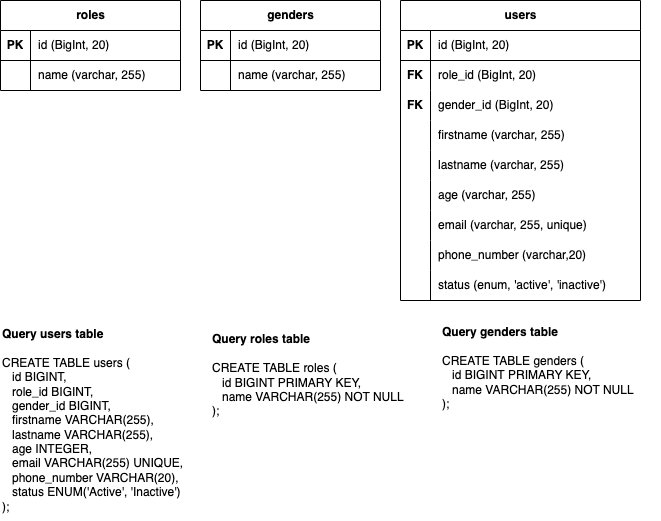
This is sql-task.drawio.png from antoniluthfi/tugas-sql-normalization-3nf, a draw.io export, as it was before one commit. Source tidied: cells renumbered, new cells last; positions are measured from the earlier drawing's top-left corner, leaving out a move shared by most shapes.
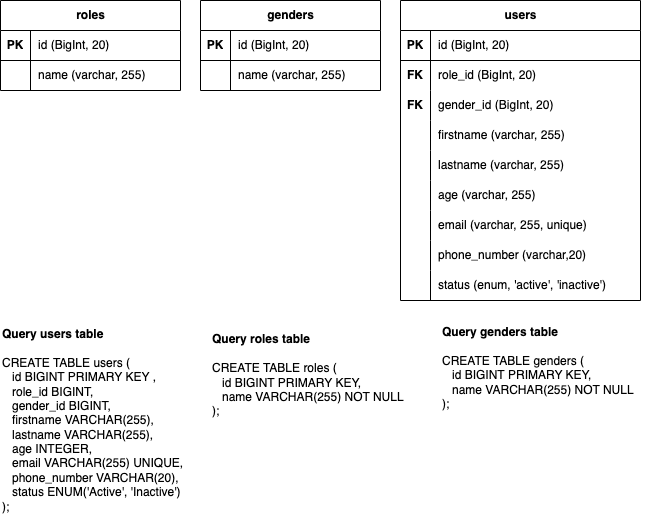
Above is the later version.

Diff of the diagram source:
```diff
@@ -134,7 +134,7 @@
     <mxCell id="45" value="FK" style="shape=partialRectangle;fillColor=none;top=0;left=0;bottom=0;right=0;fontStyle=1;overflow=hidden;whiteSpace=wrap;html=1;" parent="1" vertex="1">
       <mxGeometry x="400" y="90" width="30" height="30" as="geometry" />
     </mxCell>
-    <mxCell id="46" value="&lt;b&gt;Query users table&lt;/b&gt;&lt;br&gt;&lt;br&gt;&lt;div&gt;CREATE TABLE users (&lt;/div&gt;&lt;div&gt;&amp;nbsp; &amp;nbsp;id BIGINT,&lt;/div&gt;&lt;div&gt;&amp;nbsp; &amp;nbsp;role_id BIGINT,&lt;/div&gt;&lt;div&gt;&amp;nbsp; &amp;nbsp;gender_id BIGINT,&lt;/div&gt;&lt;div&gt;&amp;nbsp; &amp;nbsp;firstname VARCHAR(255),&lt;/div&gt;&lt;div&gt;&amp;nbsp; &amp;nbsp;lastname VARCHAR(255),&lt;/div&gt;&lt;div&gt;&amp;nbsp; &amp;nbsp;age INTEGER,&lt;/div&gt;&lt;div&gt;&amp;nbsp; &amp;nbsp;email VARCHAR(255) UNIQUE,&lt;/div&gt;&lt;div&gt;&amp;nbsp; &amp;nbsp;phone_number VARCHAR(20),&lt;/div&gt;&lt;div&gt;&amp;nbsp; &amp;nbsp;status ENUM('Active', 'Inactive')&lt;/div&gt;&lt;div&gt;);&lt;/div&gt;" style="text;html=1;align=left;verticalAlign=middle;strokeColor=none;fillColor=none;" parent="1" vertex="1">
+    <mxCell id="46" value="&lt;b&gt;Query users table&lt;/b&gt;&lt;br&gt;&lt;br&gt;&lt;div&gt;CREATE TABLE users (&lt;/div&gt;&lt;div&gt;&amp;nbsp; &amp;nbsp;id BIGINT PRIMARY KEY&amp;nbsp;,&lt;/div&gt;&lt;div&gt;&amp;nbsp; &amp;nbsp;role_id BIGINT,&lt;/div&gt;&lt;div&gt;&amp;nbsp; &amp;nbsp;gender_id BIGINT,&lt;/div&gt;&lt;div&gt;&amp;nbsp; &amp;nbsp;firstname VARCHAR(255),&lt;/div&gt;&lt;div&gt;&amp;nbsp; &amp;nbsp;lastname VARCHAR(255),&lt;/div&gt;&lt;div&gt;&amp;nbsp; &amp;nbsp;age INTEGER,&lt;/div&gt;&lt;div&gt;&amp;nbsp; &amp;nbsp;email VARCHAR(255) UNIQUE,&lt;/div&gt;&lt;div&gt;&amp;nbsp; &amp;nbsp;phone_number VARCHAR(20),&lt;/div&gt;&lt;div&gt;&amp;nbsp; &amp;nbsp;status ENUM('Active', 'Inactive')&lt;/div&gt;&lt;div&gt;);&lt;/div&gt;" style="text;html=1;align=left;verticalAlign=middle;strokeColor=none;fillColor=none;" parent="1" vertex="1">
       <mxGeometry y="320" width="200" height="200" as="geometry" />
     </mxCell>
     <mxCell id="47" value="&lt;b&gt;Query roles table&lt;/b&gt;&lt;br&gt;&lt;br&gt;&lt;div&gt;&lt;div&gt;CREATE TABLE roles (&lt;/div&gt;&lt;div&gt;&amp;nbsp; &amp;nbsp;id BIGINT PRIMARY KEY,&lt;/div&gt;&lt;div&gt;&amp;nbsp; &amp;nbsp;name VARCHAR(255) NOT NULL&lt;/div&gt;&lt;div&gt;);&lt;/div&gt;&lt;/div&gt;" style="text;html=1;align=left;verticalAlign=middle;strokeColor=none;fillColor=none;" parent="1" vertex="1">
```
